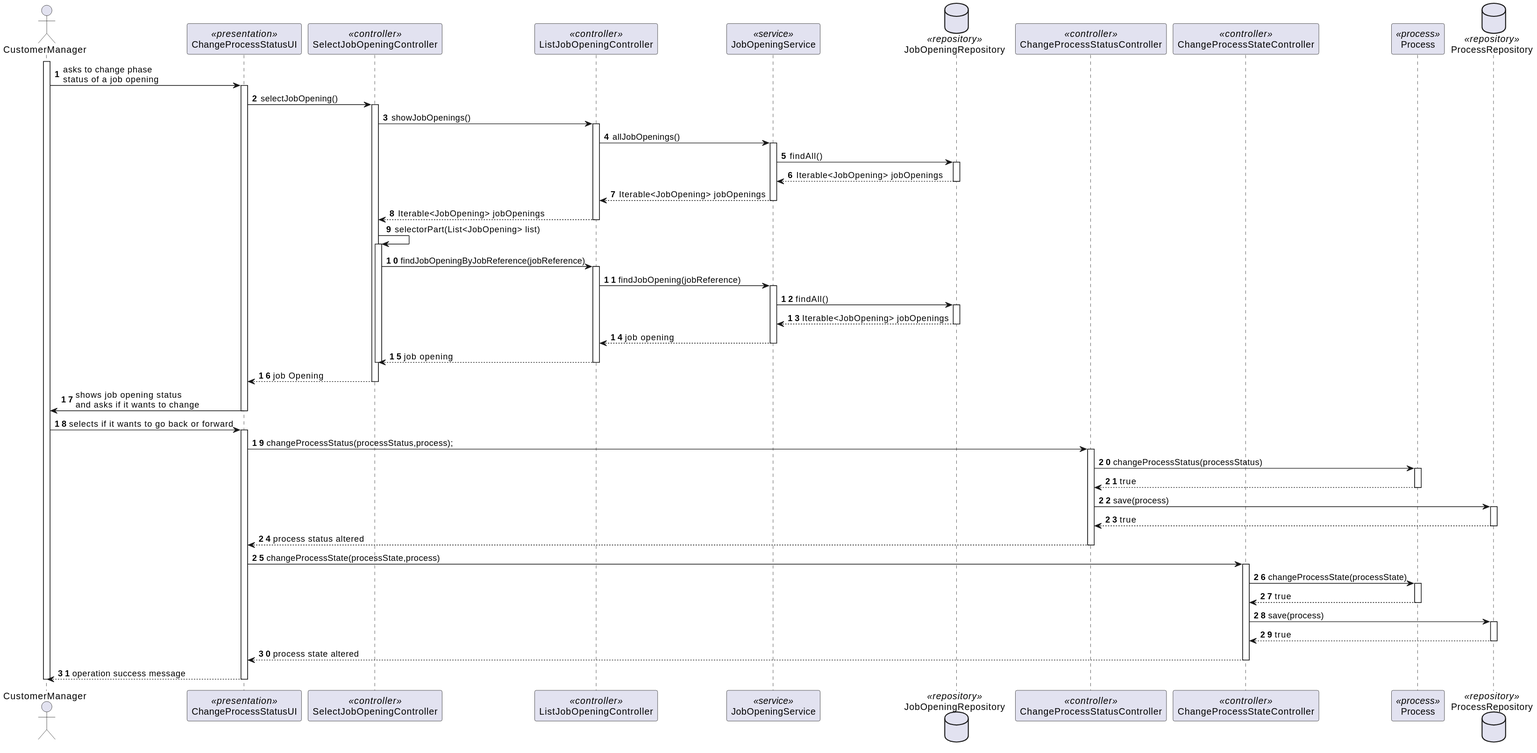
Earlier version of the PlantUML export docs/SprintC/7-change-status-process/sequence-diagram.svg (MiguelCardoso77/LAPR4).
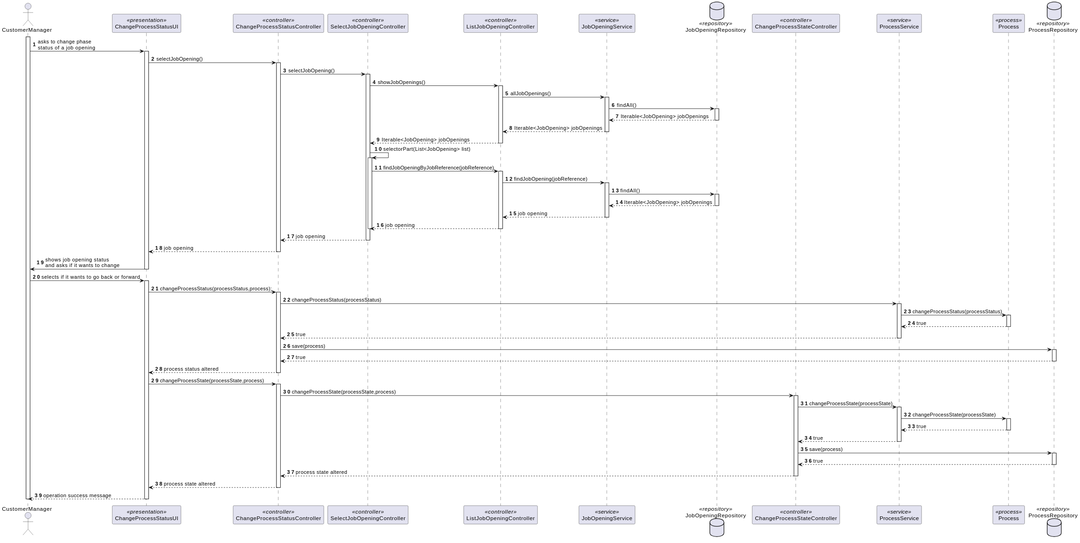
After the change.

Commit message:
documentation update for update on job opening status

The edit, as a diff of the source:
```diff
@@ -4,12 +4,13 @@
 actor CustomerManager
 
 participant ChangeProcessStatusUI <<presentation>>
+participant ChangeProcessStatusController <<controller>>
 participant SelectJobOpeningController <<controller>>
 participant ListJobOpeningController <<controller>>
 participant JobOpeningService <<service>>
 database JobOpeningRepository <<repository>>
-participant ChangeProcessStatusController <<controller>>
 participant ChangeProcessStateController <<controller>>
+participant ProcessService <<service>>
 participant Process <<process>>
 database ProcessRepository <<repository>>
 
@@ -19,34 +20,16 @@
     CustomerManager -> ChangeProcessStatusUI : asks to change phase \nstatus of a job opening
     activate ChangeProcessStatusUI
 
-        ChangeProcessStatusUI -> SelectJobOpeningController : selectJobOpening()
-        activate SelectJobOpeningController
+        ChangeProcessStatusUI -> ChangeProcessStatusController : selectJobOpening()
+        activate ChangeProcessStatusController
 
-            SelectJobOpeningController -> ListJobOpeningController : showJobOpenings()
-            activate ListJobOpeningController
-
-                ListJobOpeningController -> JobOpeningService : allJobOpenings()
-                activate JobOpeningService
-
-                    JobOpeningService -> JobOpeningRepository : findAll()
-                    activate JobOpeningRepository
-
-                        JobOpeningRepository --> JobOpeningService : Iterable<JobOpening> jobOpenings
-                    deactivate JobOpeningRepository
-
-                    JobOpeningService --> ListJobOpeningController : Iterable<JobOpening> jobOpenings
-                deactivate JobOpeningService
-
-                ListJobOpeningController --> SelectJobOpeningController : Iterable<JobOpening> jobOpenings
-            deactivate ListJobOpeningController
-
-            SelectJobOpeningController -> SelectJobOpeningController : selectorPart(List<JobOpening> list)
+            ChangeProcessStatusController -> SelectJobOpeningController : selectJobOpening()
             activate SelectJobOpeningController
 
-                SelectJobOpeningController -> ListJobOpeningController : findJobOpeningByJobReference(jobReference)
+                SelectJobOpeningController -> ListJobOpeningController : showJobOpenings()
                 activate ListJobOpeningController
 
-                    ListJobOpeningController -> JobOpeningService : findJobOpening(jobReference)
+                    ListJobOpeningController -> JobOpeningService : allJobOpenings()
                     activate JobOpeningService
 
                         JobOpeningService -> JobOpeningRepository : findAll()
@@ -55,15 +38,39 @@
                             JobOpeningRepository --> JobOpeningService : Iterable<JobOpening> jobOpenings
                         deactivate JobOpeningRepository
 
-                        JobOpeningService --> ListJobOpeningController : job opening
+                        JobOpeningService --> ListJobOpeningController : Iterable<JobOpening> jobOpenings
                     deactivate JobOpeningService
 
-                    ListJobOpeningController --> SelectJobOpeningController : job opening
+                    ListJobOpeningController --> SelectJobOpeningController : Iterable<JobOpening> jobOpenings
                 deactivate ListJobOpeningController
+
+                SelectJobOpeningController -> SelectJobOpeningController : selectorPart(List<JobOpening> list)
+                activate SelectJobOpeningController
+
+                    SelectJobOpeningController -> ListJobOpeningController : findJobOpeningByJobReference(jobReference)
+                    activate ListJobOpeningController
+
+                        ListJobOpeningController -> JobOpeningService : findJobOpening(jobReference)
+                        activate JobOpeningService
+
+                            JobOpeningService -> JobOpeningRepository : findAll()
+                            activate JobOpeningRepository
+
+                                JobOpeningRepository --> JobOpeningService : Iterable<JobOpening> jobOpenings
+                            deactivate JobOpeningRepository
+
+                            JobOpeningService --> ListJobOpeningController : job opening
+                        deactivate JobOpeningService
+
+                        ListJobOpeningController --> SelectJobOpeningController : job opening
+                    deactivate ListJobOpeningController
+                deactivate SelectJobOpeningController
+
+                SelectJobOpeningController --> ChangeProcessStatusController : job opening
             deactivate SelectJobOpeningController
 
-            SelectJobOpeningController --> ChangeProcessStatusUI : job Opening
-        deactivate SelectJobOpeningController
+            ChangeProcessStatusController --> ChangeProcessStatusUI : job opening
+        deactivate ChangeProcessStatusController
 
         ChangeProcessStatusUI -> CustomerManager : shows job opening status \nand asks if it wants to change
     deactivate ChangeProcessStatusUI
@@ -74,11 +81,17 @@
         ChangeProcessStatusUI -> ChangeProcessStatusController : changeProcessStatus(processStatus,process);
         activate ChangeProcessStatusController
 
-            ChangeProcessStatusController -> Process : changeProcessStatus(processStatus)
-            activate Process
+            ChangeProcessStatusController -> ProcessService : changeProcessStatus(processStatus)
+            activate ProcessService
 
-                Process --> ChangeProcessStatusController : true
-            deactivate Process
+                ProcessService -> Process : changeProcessStatus(processStatus)
+                activate Process
+
+                    Process --> ProcessService : true
+                deactivate Process
+
+                ProcessService --> ChangeProcessStatusController : true
+            deactivate ProcessService
 
             ChangeProcessStatusController -> ProcessRepository : save(process)
             activate ProcessRepository
@@ -89,27 +102,37 @@
             ChangeProcessStatusController --> ChangeProcessStatusUI : process status altered
         deactivate ChangeProcessStatusController
 
-        ChangeProcessStatusUI -> ChangeProcessStateController : changeProcessState(processState,process)
-        activate ChangeProcessStateController
+        ChangeProcessStatusUI -> ChangeProcessStatusController : changeProcessState(processState,process)
+        activate ChangeProcessStatusController
 
-            ChangeProcessStateController -> Process : changeProcessState(processState)
-            activate Process
+            ChangeProcessStatusController -> ChangeProcessStateController : changeProcessState(processState,process)
+            activate ChangeProcessStateController
 
-                Process --> ChangeProcessStateController : true
-            deactivate Process
+                ChangeProcessStateController -> ProcessService : changeProcessState(processState)
+                activate ProcessService
 
-            ChangeProcessStateController -> ProcessRepository : save(process)
-            activate ProcessRepository
+                    ProcessService -> Process : changeProcessState(processState)
+                    activate Process
 
-                ProcessRepository --> ChangeProcessStateController : true
-            deactivate ProcessRepository
+                        Process --> ProcessService : true
+                    deactivate Process
 
-            ChangeProcessStateController --> ChangeProcessStatusUI : process state altered
-        deactivate ChangeProcessStateController
+                    ProcessService --> ChangeProcessStateController : true
+                deactivate ProcessService
+
+                ChangeProcessStateController -> ProcessRepository : save(process)
+                activate ProcessRepository
+
+                    ProcessRepository --> ChangeProcessStateController : true
+                deactivate ProcessRepository
+
+                ChangeProcessStateController --> ChangeProcessStatusController : process state altered
+            deactivate ChangeProcessStateController
+
+            ChangeProcessStatusController --> ChangeProcessStatusUI : process state altered
+        deactivate ChangeProcessStatusController
 
     ChangeProcessStatusUI --> CustomerManager : operation success message
-
-
     deactivate ChangeProcessStatusUI
 
 deactivate CustomerManager
```
